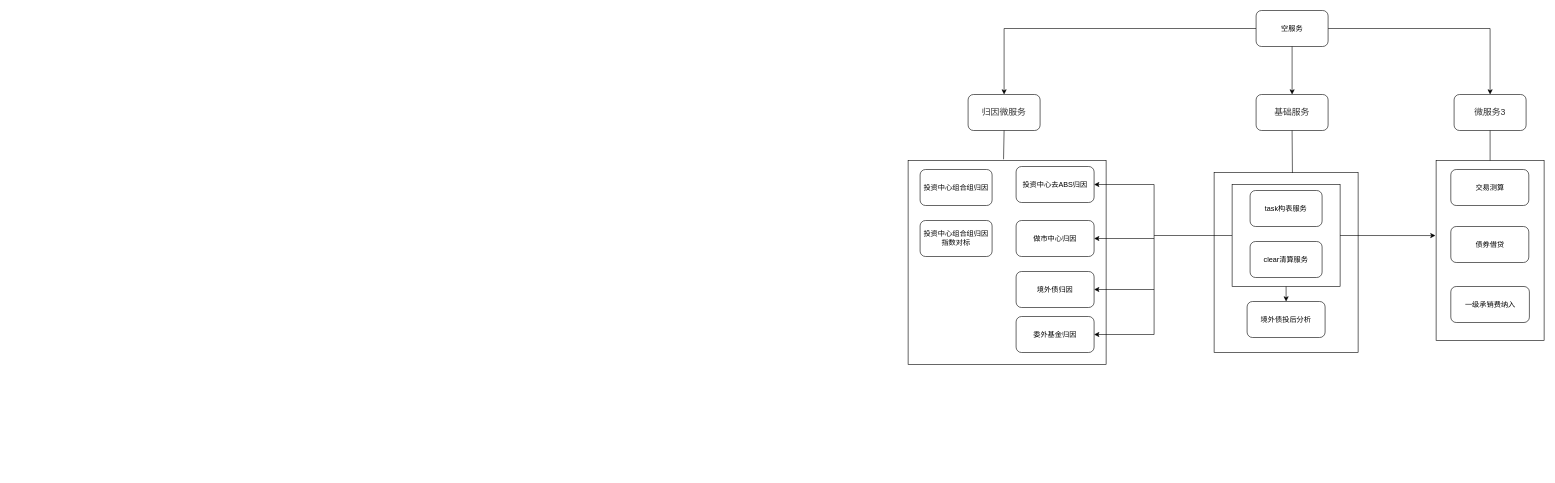
Before: 微服务调用流程图v2.drawio in fengfengxiong123/it, a draw.io diagram. Source tidied: cells renumbered, new cells numbered last; positions are measured from the earlier drawing's top-left corner, leaving out a move shared by most shapes. Both pictures are drawn from the tidied source at 60%, with x=0, y=0 at pixel (908, 10).
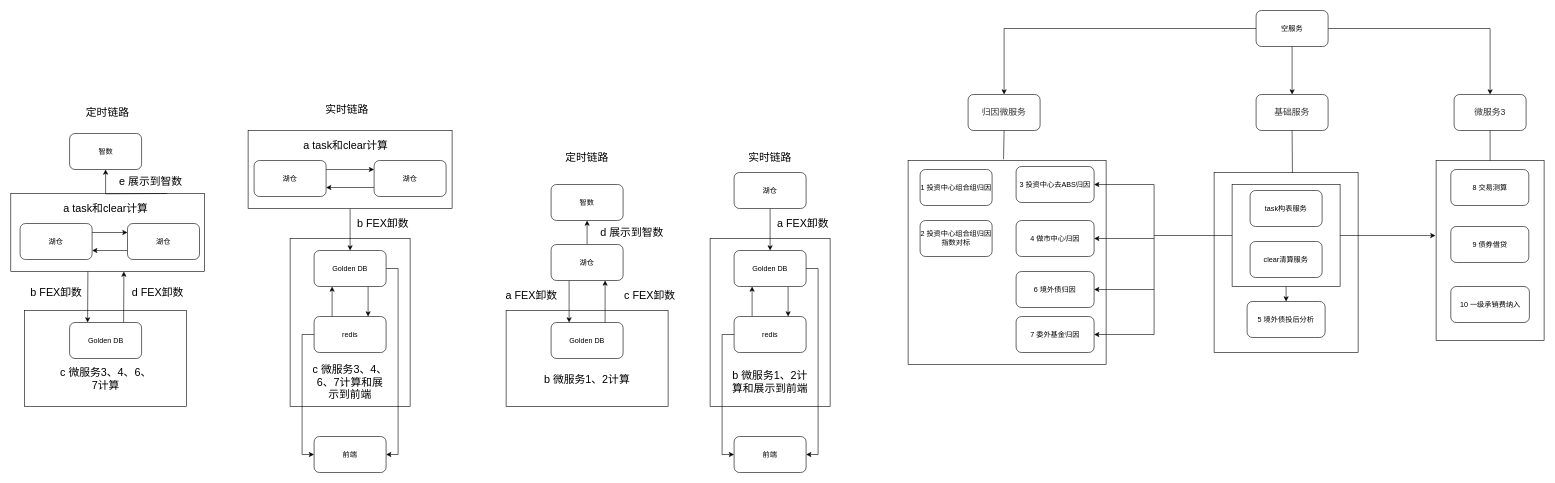
After the change.

Commit message:
更新微服务调用流程图v2.drawio

Diff of the diagram source:
```diff
@@
+    <mxCell id="36" style="rounded=0;whiteSpace=wrap;html=1;" parent="1" vertex="1">
+      <mxGeometry x="-1495.5" y="305" width="323" height="130" as="geometry" />
+    </mxCell>
+    <mxCell id="37" style="rounded=0;whiteSpace=wrap;html=1;" parent="1" vertex="1">
+      <mxGeometry x="-1030" y="380" width="200" height="280" as="geometry" />
+    </mxCell>
+    <mxCell id="38" style="edgeStyle=none;rounded=0;jettySize=auto;html=1;exitX=0.5;exitY=1;exitDx=0;exitDy=0;entryX=0.5;entryY=0;entryDx=0;entryDy=0;" parent="1" edge="1" source="39" target="69">
+      <mxGeometry relative="1" as="geometry" />
+    </mxCell>
+    <mxCell id="39" style="rounded=0;whiteSpace=wrap;html=1;" parent="1" vertex="1">
+      <mxGeometry x="-1100" y="200" width="340" height="130" as="geometry" />
+    </mxCell>
+    <mxCell id="40" style="rounded=0;whiteSpace=wrap;html=1;" parent="1" vertex="1">
+      <mxGeometry x="-670" y="500" width="270" height="160" as="geometry" />
+    </mxCell>
+    <mxCell id="41" style="rounded=0;whiteSpace=wrap;html=1;" parent="1" vertex="1">
+      <mxGeometry x="-330" y="380" width="200" height="280" as="geometry" />
+    </mxCell>
@@
-    <mxCell id="8" value="&lt;div style=&quot;font-size: medium; text-align: start;&quot;&gt;&lt;/div&gt;&lt;div style=&quot;font-size: medium; text-align: start;&quot; class=&quot;document&quot;&gt;&lt;div class=&quot;section&quot;&gt;&lt;p style=&quot;margin: 3pt 0pt 3pt 16.8pt; font-family: 等线; font-size: 12pt; line-height: 20.8px; text-indent: -16.8pt;&quot; class=&quot;paragraph text-align-type-left&quot;&gt;&lt;span style=&quot;font-family: Helvetica; font-size: 12px; text-align: center; text-indent: 0px;&quot;&gt;投资中心组合组归因&lt;/span&gt;&lt;br&gt;&lt;/p&gt;&lt;/div&gt;&lt;/div&gt;" style="rounded=1;whiteSpace=wrap;html=1;" parent="1" vertex="1">
+    <mxCell id="8" value="&lt;div style=&quot;font-size: medium; text-align: start;&quot;&gt;&lt;/div&gt;&lt;div style=&quot;font-size: medium; text-align: start;&quot; class=&quot;document&quot;&gt;&lt;div class=&quot;section&quot;&gt;&lt;p style=&quot;margin: 3pt 0pt 3pt 16.8pt; font-family: 等线; font-size: 12pt; line-height: 20.8px; text-indent: -16.8pt;&quot; class=&quot;paragraph text-align-type-left&quot;&gt;&lt;span style=&quot;font-family: Helvetica; font-size: 12px; text-align: center; text-indent: 0px;&quot;&gt;1 投资中心组合组归因&lt;/span&gt;&lt;br&gt;&lt;/p&gt;&lt;/div&gt;&lt;/div&gt;" style="rounded=1;whiteSpace=wrap;html=1;" parent="1" vertex="1">
       <mxGeometry x="20" y="265" width="120" height="60" as="geometry" />
     </mxCell>
-    <mxCell id="9" value="投资中心组合组归因指数对标" style="rounded=1;whiteSpace=wrap;html=1;" parent="1" vertex="1">
+    <mxCell id="9" value="2 投资中心组合组归因指数对标" style="rounded=1;whiteSpace=wrap;html=1;" parent="1" vertex="1">
       <mxGeometry x="20" y="350" width="120" height="60" as="geometry" />
     </mxCell>
-    <mxCell id="10" value="投资中心去ABS归因" style="rounded=1;whiteSpace=wrap;html=1;" parent="1" vertex="1">
+    <mxCell id="10" value="3 投资中心去ABS归因" style="rounded=1;whiteSpace=wrap;html=1;" parent="1" vertex="1">
       <mxGeometry x="180" y="260" width="130" height="60" as="geometry" />
     </mxCell>
-    <mxCell id="11" value="做市中心归因" style="rounded=1;whiteSpace=wrap;html=1;" parent="1" vertex="1">
+    <mxCell id="11" value="4 做市中心归因" style="rounded=1;whiteSpace=wrap;html=1;" parent="1" vertex="1">
       <mxGeometry x="180" y="350" width="130" height="60" as="geometry" />
     </mxCell>
@@
-    <mxCell id="19" value="交易测算" style="rounded=1;whiteSpace=wrap;html=1;" parent="1" vertex="1">
+    <mxCell id="19" value="8 交易测算" style="rounded=1;whiteSpace=wrap;html=1;" parent="1" vertex="1">
       <mxGeometry x="904.5" y="265" width="130" height="60" as="geometry" />
     </mxCell>
-    <mxCell id="20" value="债券借贷" style="rounded=1;whiteSpace=wrap;html=1;" parent="1" vertex="1">
+    <mxCell id="20" value="9 债券借贷" style="rounded=1;whiteSpace=wrap;html=1;" parent="1" vertex="1">
       <mxGeometry x="904.5" y="360" width="130" height="60" as="geometry" />
     </mxCell>
-    <mxCell id="21" value="一级承销费纳入" style="rounded=1;whiteSpace=wrap;html=1;" parent="1" vertex="1">
+    <mxCell id="21" value="10 一级承销费纳入" style="rounded=1;whiteSpace=wrap;html=1;" parent="1" vertex="1">
       <mxGeometry x="904.5" y="460" width="131" height="60" as="geometry" />
     </mxCell>
@@
-    <mxCell id="23" value="境外债归因" style="rounded=1;whiteSpace=wrap;html=1;" parent="1" vertex="1">
+    <mxCell id="23" value="6 境外债归因" style="rounded=1;whiteSpace=wrap;html=1;" parent="1" vertex="1">
       <mxGeometry x="180" y="435" width="130" height="60" as="geometry" />
     </mxCell>
-    <mxCell id="24" value="委外基金归因" style="rounded=1;whiteSpace=wrap;html=1;" parent="1" vertex="1">
+    <mxCell id="24" value="7 委外基金归因" style="rounded=1;whiteSpace=wrap;html=1;" parent="1" vertex="1">
       <mxGeometry x="180" y="510" width="130" height="60" as="geometry" />
     </mxCell>
-    <mxCell id="25" value="境外债投后分析" style="rounded=1;whiteSpace=wrap;html=1;" parent="1" vertex="1">
+    <mxCell id="25" value="5 境外债投后分析" style="rounded=1;whiteSpace=wrap;html=1;" parent="1" vertex="1">
       <mxGeometry x="565" y="485" width="130" height="60" as="geometry" />
     </mxCell>
@@
+    <mxCell id="42" style="edgeStyle=none;rounded=0;jettySize=auto;html=1;exitX=0.75;exitY=1;exitDx=0;exitDy=0;entryX=0.75;entryY=0;entryDx=0;entryDy=0;" parent="1" edge="1" source="44" target="49">
+      <mxGeometry relative="1" as="geometry" />
+    </mxCell>
+    <mxCell id="43" style="edgeStyle=orthogonalEdgeStyle;rounded=0;jettySize=auto;html=1;exitX=1;exitY=0.5;exitDx=0;exitDy=0;entryX=1;entryY=0.5;entryDx=0;entryDy=0;" parent="1" edge="1" source="44" target="50">
+      <mxGeometry relative="1" as="geometry" />
+    </mxCell>
+    <mxCell id="44" value="Golden DB" style="rounded=1;whiteSpace=wrap;html=1;" parent="1" vertex="1">
+      <mxGeometry x="-290" y="400" width="120" height="60" as="geometry" />
+    </mxCell>
+    <mxCell id="45" style="edgeStyle=orthogonalEdgeStyle;rounded=0;jettySize=auto;html=1;" parent="1" edge="1" source="46" target="44">
+      <mxGeometry relative="1" as="geometry">
+        <Array as="points">
+          <mxPoint x="-230" y="320" />
+          <mxPoint x="-230" y="320" />
+        </Array>
+      </mxGeometry>
+    </mxCell>
+    <mxCell id="46" value="湖仓" style="rounded=1;whiteSpace=wrap;html=1;" parent="1" vertex="1">
+      <mxGeometry x="-290" y="270" width="120" height="60" as="geometry" />
+    </mxCell>
+    <mxCell id="47" style="edgeStyle=none;rounded=0;jettySize=auto;html=1;entryX=0.25;entryY=1;entryDx=0;entryDy=0;exitX=0.25;exitY=0;exitDx=0;exitDy=0;" parent="1" edge="1" source="49" target="44">
+      <mxGeometry relative="1" as="geometry" />
+    </mxCell>
+    <mxCell id="48" style="edgeStyle=orthogonalEdgeStyle;rounded=0;jettySize=auto;html=1;exitX=0;exitY=0.5;exitDx=0;exitDy=0;entryX=0;entryY=0.5;entryDx=0;entryDy=0;" parent="1" edge="1" source="49" target="50">
+      <mxGeometry relative="1" as="geometry" />
+    </mxCell>
+    <mxCell id="49" value="redis" style="rounded=1;whiteSpace=wrap;html=1;" parent="1" vertex="1">
+      <mxGeometry x="-290" y="510" width="120" height="60" as="geometry" />
+    </mxCell>
+    <mxCell id="50" value="前端" style="rounded=1;whiteSpace=wrap;html=1;" parent="1" vertex="1">
+      <mxGeometry x="-290" y="710" width="120" height="60" as="geometry" />
+    </mxCell>
+    <mxCell id="51" value="&lt;font style=&quot;font-size: 18px;&quot;&gt;b 微服务1、2计算和展示到前端&lt;/font&gt;" style="text;strokeColor=none;align=center;fillColor=none;html=1;verticalAlign=middle;whiteSpace=wrap;rounded=0;" parent="1" vertex="1">
+      <mxGeometry x="-295" y="590" width="130" height="60" as="geometry" />
+    </mxCell>
+    <mxCell id="52" value="&lt;font style=&quot;font-size: 18px;&quot;&gt;a FEX卸数&lt;/font&gt;" style="text;strokeColor=none;align=center;fillColor=none;html=1;verticalAlign=middle;whiteSpace=wrap;rounded=0;" parent="1" vertex="1">
+      <mxGeometry x="-230" y="340" width="110" height="30" as="geometry" />
+    </mxCell>
+    <mxCell id="53" value="&lt;font style=&quot;font-size: 18px;&quot;&gt;实时链路&lt;/font&gt;" style="text;strokeColor=none;align=center;fillColor=none;html=1;verticalAlign=middle;whiteSpace=wrap;rounded=0;" parent="1" vertex="1">
+      <mxGeometry x="-300" y="230" width="140" height="30" as="geometry" />
+    </mxCell>
+    <mxCell id="54" style="edgeStyle=orthogonalEdgeStyle;rounded=0;jettySize=auto;html=1;" parent="1" edge="1" source="56" target="60">
+      <mxGeometry relative="1" as="geometry" />
+    </mxCell>
+    <mxCell id="55" style="edgeStyle=none;rounded=0;jettySize=auto;html=1;exitX=0.25;exitY=1;exitDx=0;exitDy=0;entryX=0.25;entryY=0;entryDx=0;entryDy=0;" parent="1" edge="1" source="56" target="59">
+      <mxGeometry relative="1" as="geometry" />
+    </mxCell>
+    <mxCell id="56" value="湖仓" style="rounded=1;whiteSpace=wrap;html=1;" parent="1" vertex="1">
+      <mxGeometry x="-595" y="390" width="120" height="60" as="geometry" />
+    </mxCell>
+    <mxCell id="57" value="&lt;font style=&quot;font-size: 18px;&quot;&gt;定时链路&lt;/font&gt;" style="text;strokeColor=none;align=center;fillColor=none;html=1;verticalAlign=middle;whiteSpace=wrap;rounded=0;" parent="1" vertex="1">
+      <mxGeometry x="-605" y="230" width="140" height="30" as="geometry" />
+    </mxCell>
+    <mxCell id="58" style="edgeStyle=none;rounded=0;jettySize=auto;html=1;exitX=0.75;exitY=0;exitDx=0;exitDy=0;entryX=0.75;entryY=1;entryDx=0;entryDy=0;" parent="1" edge="1" source="59" target="56">
+      <mxGeometry relative="1" as="geometry" />
+    </mxCell>
+    <mxCell id="59" value="Golden DB" style="rounded=1;whiteSpace=wrap;html=1;" parent="1" vertex="1">
+      <mxGeometry x="-595" y="520" width="120" height="60" as="geometry" />
+    </mxCell>
+    <mxCell id="60" value="智数" style="rounded=1;whiteSpace=wrap;html=1;" parent="1" vertex="1">
+      <mxGeometry x="-595" y="290" width="120" height="60" as="geometry" />
+    </mxCell>
+    <mxCell id="61" value="&lt;font style=&quot;font-size: 18px;&quot;&gt;b 微服务1、2计算&lt;/font&gt;" style="text;strokeColor=none;align=center;fillColor=none;html=1;verticalAlign=middle;whiteSpace=wrap;rounded=0;" parent="1" vertex="1">
+      <mxGeometry x="-615" y="580" width="160" height="70" as="geometry" />
+    </mxCell>
+    <mxCell id="62" value="&lt;font style=&quot;font-size: 18px;&quot;&gt;a FEX卸数&lt;/font&gt;" style="text;strokeColor=none;align=center;fillColor=none;html=1;verticalAlign=middle;whiteSpace=wrap;rounded=0;" parent="1" vertex="1">
+      <mxGeometry x="-680" y="460" width="105" height="30" as="geometry" />
+    </mxCell>
+    <mxCell id="63" value="&lt;font style=&quot;font-size: 18px;&quot;&gt;c FEX卸数&lt;/font&gt;" style="text;strokeColor=none;align=center;fillColor=none;html=1;verticalAlign=middle;whiteSpace=wrap;rounded=0;" parent="1" vertex="1">
+      <mxGeometry x="-481" y="460" width="101" height="30" as="geometry" />
+    </mxCell>
+    <mxCell id="64" value="&lt;font style=&quot;font-size: 18px;&quot;&gt;d 展示到智数&lt;/font&gt;" style="text;strokeColor=none;align=center;fillColor=none;html=1;verticalAlign=middle;whiteSpace=wrap;rounded=0;" parent="1" vertex="1">
+      <mxGeometry x="-520" y="355" width="120" height="30" as="geometry" />
+    </mxCell>
+    <mxCell id="65" style="edgeStyle=none;rounded=0;orthogonalLoop=1;jettySize=auto;html=1;exitX=1;exitY=0.25;exitDx=0;exitDy=0;" parent="1" edge="1" source="41" target="41">
+      <mxGeometry relative="1" as="geometry" />
+    </mxCell>
+    <mxCell id="66" style="rounded=0;whiteSpace=wrap;html=1;" parent="1" vertex="1">
+      <mxGeometry x="-1472.5" y="500" width="270" height="160" as="geometry" />
+    </mxCell>
+    <mxCell id="67" style="edgeStyle=none;rounded=0;jettySize=auto;html=1;exitX=0.75;exitY=1;exitDx=0;exitDy=0;entryX=0.75;entryY=0;entryDx=0;entryDy=0;" parent="1" edge="1" source="69" target="74">
+      <mxGeometry relative="1" as="geometry" />
+    </mxCell>
+    <mxCell id="68" style="edgeStyle=orthogonalEdgeStyle;rounded=0;jettySize=auto;html=1;exitX=1;exitY=0.5;exitDx=0;exitDy=0;entryX=1;entryY=0.5;entryDx=0;entryDy=0;" parent="1" edge="1" source="69" target="75">
+      <mxGeometry relative="1" as="geometry" />
+    </mxCell>
+    <mxCell id="69" value="Golden DB" style="rounded=1;whiteSpace=wrap;html=1;" parent="1" vertex="1">
+      <mxGeometry x="-990" y="400" width="120" height="60" as="geometry" />
+    </mxCell>
+    <mxCell id="70" style="edgeStyle=orthogonalEdgeStyle;rounded=0;jettySize=auto;html=1;exitX=1;exitY=0.25;exitDx=0;exitDy=0;entryX=0;entryY=0.25;entryDx=0;entryDy=0;" parent="1" edge="1" source="71" target="91">
+      <mxGeometry relative="1" as="geometry" />
+    </mxCell>
+    <mxCell id="71" value="湖仓" style="rounded=1;whiteSpace=wrap;html=1;" parent="1" vertex="1">
+      <mxGeometry x="-1090" y="250" width="120" height="60" as="geometry" />
+    </mxCell>
+    <mxCell id="72" style="edgeStyle=none;rounded=0;jettySize=auto;html=1;entryX=0.25;entryY=1;entryDx=0;entryDy=0;exitX=0.25;exitY=0;exitDx=0;exitDy=0;" parent="1" edge="1" source="74" target="69">
+      <mxGeometry relative="1" as="geometry" />
+    </mxCell>
+    <mxCell id="73" style="edgeStyle=orthogonalEdgeStyle;rounded=0;jettySize=auto;html=1;exitX=0;exitY=0.5;exitDx=0;exitDy=0;entryX=0;entryY=0.5;entryDx=0;entryDy=0;" parent="1" edge="1" source="74" target="75">
+      <mxGeometry relative="1" as="geometry" />
+    </mxCell>
+    <mxCell id="74" value="redis" style="rounded=1;whiteSpace=wrap;html=1;" parent="1" vertex="1">
+      <mxGeometry x="-990" y="510" width="120" height="60" as="geometry" />
+    </mxCell>
+    <mxCell id="75" value="前端" style="rounded=1;whiteSpace=wrap;html=1;" parent="1" vertex="1">
+      <mxGeometry x="-990" y="710" width="120" height="60" as="geometry" />
+    </mxCell>
+    <mxCell id="76" value="&lt;font style=&quot;font-size: 18px;&quot;&gt;c 微服务3、4、6、7计算和展示到前端&lt;/font&gt;" style="text;strokeColor=none;align=center;fillColor=none;html=1;verticalAlign=middle;whiteSpace=wrap;rounded=0;" parent="1" vertex="1">
+      <mxGeometry x="-995" y="590" width="130" height="60" as="geometry" />
+    </mxCell>
+    <mxCell id="77" value="&lt;font style=&quot;font-size: 18px;&quot;&gt;b FEX卸数&lt;/font&gt;" style="text;strokeColor=none;align=center;fillColor=none;html=1;verticalAlign=middle;whiteSpace=wrap;rounded=0;" parent="1" vertex="1">
+      <mxGeometry x="-930" y="340" width="110" height="30" as="geometry" />
+    </mxCell>
+    <mxCell id="78" value="&lt;font style=&quot;font-size: 18px;&quot;&gt;实时链路&lt;/font&gt;" style="text;strokeColor=none;align=center;fillColor=none;html=1;verticalAlign=middle;whiteSpace=wrap;rounded=0;" parent="1" vertex="1">
+      <mxGeometry x="-1005" y="150" width="140" height="30" as="geometry" />
+    </mxCell>
+    <mxCell id="79" style="edgeStyle=orthogonalEdgeStyle;rounded=0;jettySize=auto;html=1;" parent="1" edge="1" target="84">
+      <mxGeometry relative="1" as="geometry">
+        <mxPoint x="-1235" y="305" as="sourcePoint" />
+      </mxGeometry>
+    </mxCell>
+    <mxCell id="80" style="edgeStyle=none;rounded=0;jettySize=auto;html=1;entryX=0.25;entryY=0;entryDx=0;entryDy=0;" parent="1" edge="1" target="83">
+      <mxGeometry relative="1" as="geometry">
+        <mxPoint x="-1367" y="435" as="sourcePoint" />
+      </mxGeometry>
+    </mxCell>
+    <mxCell id="81" value="&lt;font style=&quot;font-size: 18px;&quot;&gt;定时链路&lt;/font&gt;" style="text;strokeColor=none;align=center;fillColor=none;html=1;verticalAlign=middle;whiteSpace=wrap;rounded=0;" parent="1" vertex="1">
+      <mxGeometry x="-1404" y="155" width="140" height="30" as="geometry" />
+    </mxCell>
+    <mxCell id="82" style="edgeStyle=none;rounded=0;jettySize=auto;html=1;exitX=0.75;exitY=0;exitDx=0;exitDy=0;" parent="1" edge="1" source="83">
+      <mxGeometry relative="1" as="geometry">
+        <mxPoint x="-1307" y="435" as="targetPoint" />
+      </mxGeometry>
+    </mxCell>
+    <mxCell id="83" value="Golden DB" style="rounded=1;whiteSpace=wrap;html=1;" parent="1" vertex="1">
+      <mxGeometry x="-1397.5" y="520" width="120" height="60" as="geometry" />
+    </mxCell>
+    <mxCell id="84" value="智数" style="rounded=1;whiteSpace=wrap;html=1;" parent="1" vertex="1">
+      <mxGeometry x="-1397.5" y="205" width="120" height="60" as="geometry" />
+    </mxCell>
+    <mxCell id="85" value="&lt;font style=&quot;font-size: 18px;&quot;&gt;c 微服务3、4、6、7计算&lt;/font&gt;" style="text;strokeColor=none;align=center;fillColor=none;html=1;verticalAlign=middle;whiteSpace=wrap;rounded=0;" parent="1" vertex="1">
+      <mxGeometry x="-1417.5" y="580" width="160" height="70" as="geometry" />
+    </mxCell>
+    <mxCell id="86" value="&lt;font style=&quot;font-size: 18px;&quot;&gt;b FEX卸数&lt;/font&gt;" style="text;strokeColor=none;align=center;fillColor=none;html=1;verticalAlign=middle;whiteSpace=wrap;rounded=0;" parent="1" vertex="1">
+      <mxGeometry x="-1472.5" y="455" width="105" height="30" as="geometry" />
+    </mxCell>
+    <mxCell id="87" value="&lt;font style=&quot;font-size: 18px;&quot;&gt;d FEX卸数&lt;/font&gt;" style="text;strokeColor=none;align=center;fillColor=none;html=1;verticalAlign=middle;whiteSpace=wrap;rounded=0;" parent="1" vertex="1">
+      <mxGeometry x="-1301" y="455" width="101" height="30" as="geometry" />
+    </mxCell>
+    <mxCell id="88" value="&lt;font style=&quot;font-size: 18px;&quot;&gt;e 展示到智数&lt;/font&gt;" style="text;strokeColor=none;align=center;fillColor=none;html=1;verticalAlign=middle;whiteSpace=wrap;rounded=0;" parent="1" vertex="1">
+      <mxGeometry x="-1322.5" y="270" width="120" height="30" as="geometry" />
+    </mxCell>
+    <mxCell id="89" style="edgeStyle=none;rounded=0;orthogonalLoop=1;jettySize=auto;html=1;exitX=1;exitY=0.25;exitDx=0;exitDy=0;" parent="1" edge="1" source="37" target="37">
+      <mxGeometry relative="1" as="geometry" />
+    </mxCell>
+    <mxCell id="90" style="edgeStyle=orthogonalEdgeStyle;rounded=0;jettySize=auto;html=1;exitX=0;exitY=0.75;exitDx=0;exitDy=0;entryX=1;entryY=0.75;entryDx=0;entryDy=0;" parent="1" edge="1" source="91" target="71">
+      <mxGeometry relative="1" as="geometry" />
+    </mxCell>
+    <mxCell id="91" value="湖仓" style="rounded=1;whiteSpace=wrap;html=1;" parent="1" vertex="1">
+      <mxGeometry x="-890" y="250" width="120" height="60" as="geometry" />
+    </mxCell>
+    <mxCell id="92" value="&lt;font style=&quot;font-size: 18px;&quot;&gt;a task和clear计算&amp;nbsp;&lt;/font&gt;" style="text;strokeColor=none;align=center;fillColor=none;html=1;verticalAlign=middle;whiteSpace=wrap;rounded=0;" parent="1" vertex="1">
+      <mxGeometry x="-1017.5" y="210" width="165" height="30" as="geometry" />
+    </mxCell>
+    <mxCell id="93" style="edgeStyle=orthogonalEdgeStyle;rounded=0;jettySize=auto;html=1;exitX=1;exitY=0.25;exitDx=0;exitDy=0;entryX=0;entryY=0.25;entryDx=0;entryDy=0;" parent="1" edge="1" source="94" target="96">
+      <mxGeometry relative="1" as="geometry" />
+    </mxCell>
+    <mxCell id="94" value="湖仓" style="rounded=1;whiteSpace=wrap;html=1;" parent="1" vertex="1">
+      <mxGeometry x="-1480" y="355" width="120" height="60" as="geometry" />
+    </mxCell>
+    <mxCell id="95" style="edgeStyle=orthogonalEdgeStyle;rounded=0;jettySize=auto;html=1;exitX=0;exitY=0.75;exitDx=0;exitDy=0;entryX=1;entryY=0.75;entryDx=0;entryDy=0;" parent="1" edge="1" source="96" target="94">
+      <mxGeometry relative="1" as="geometry" />
+    </mxCell>
+    <mxCell id="96" value="湖仓" style="rounded=1;whiteSpace=wrap;html=1;" parent="1" vertex="1">
+      <mxGeometry x="-1301" y="355" width="120" height="60" as="geometry" />
+    </mxCell>
+    <mxCell id="97" value="&lt;font style=&quot;font-size: 18px;&quot;&gt;a task和clear计算&amp;nbsp;&lt;/font&gt;" style="text;strokeColor=none;align=center;fillColor=none;html=1;verticalAlign=middle;whiteSpace=wrap;rounded=0;" parent="1" vertex="1">
+      <mxGeometry x="-1417.5" y="315" width="165" height="30" as="geometry" />
+    </mxCell>
```
